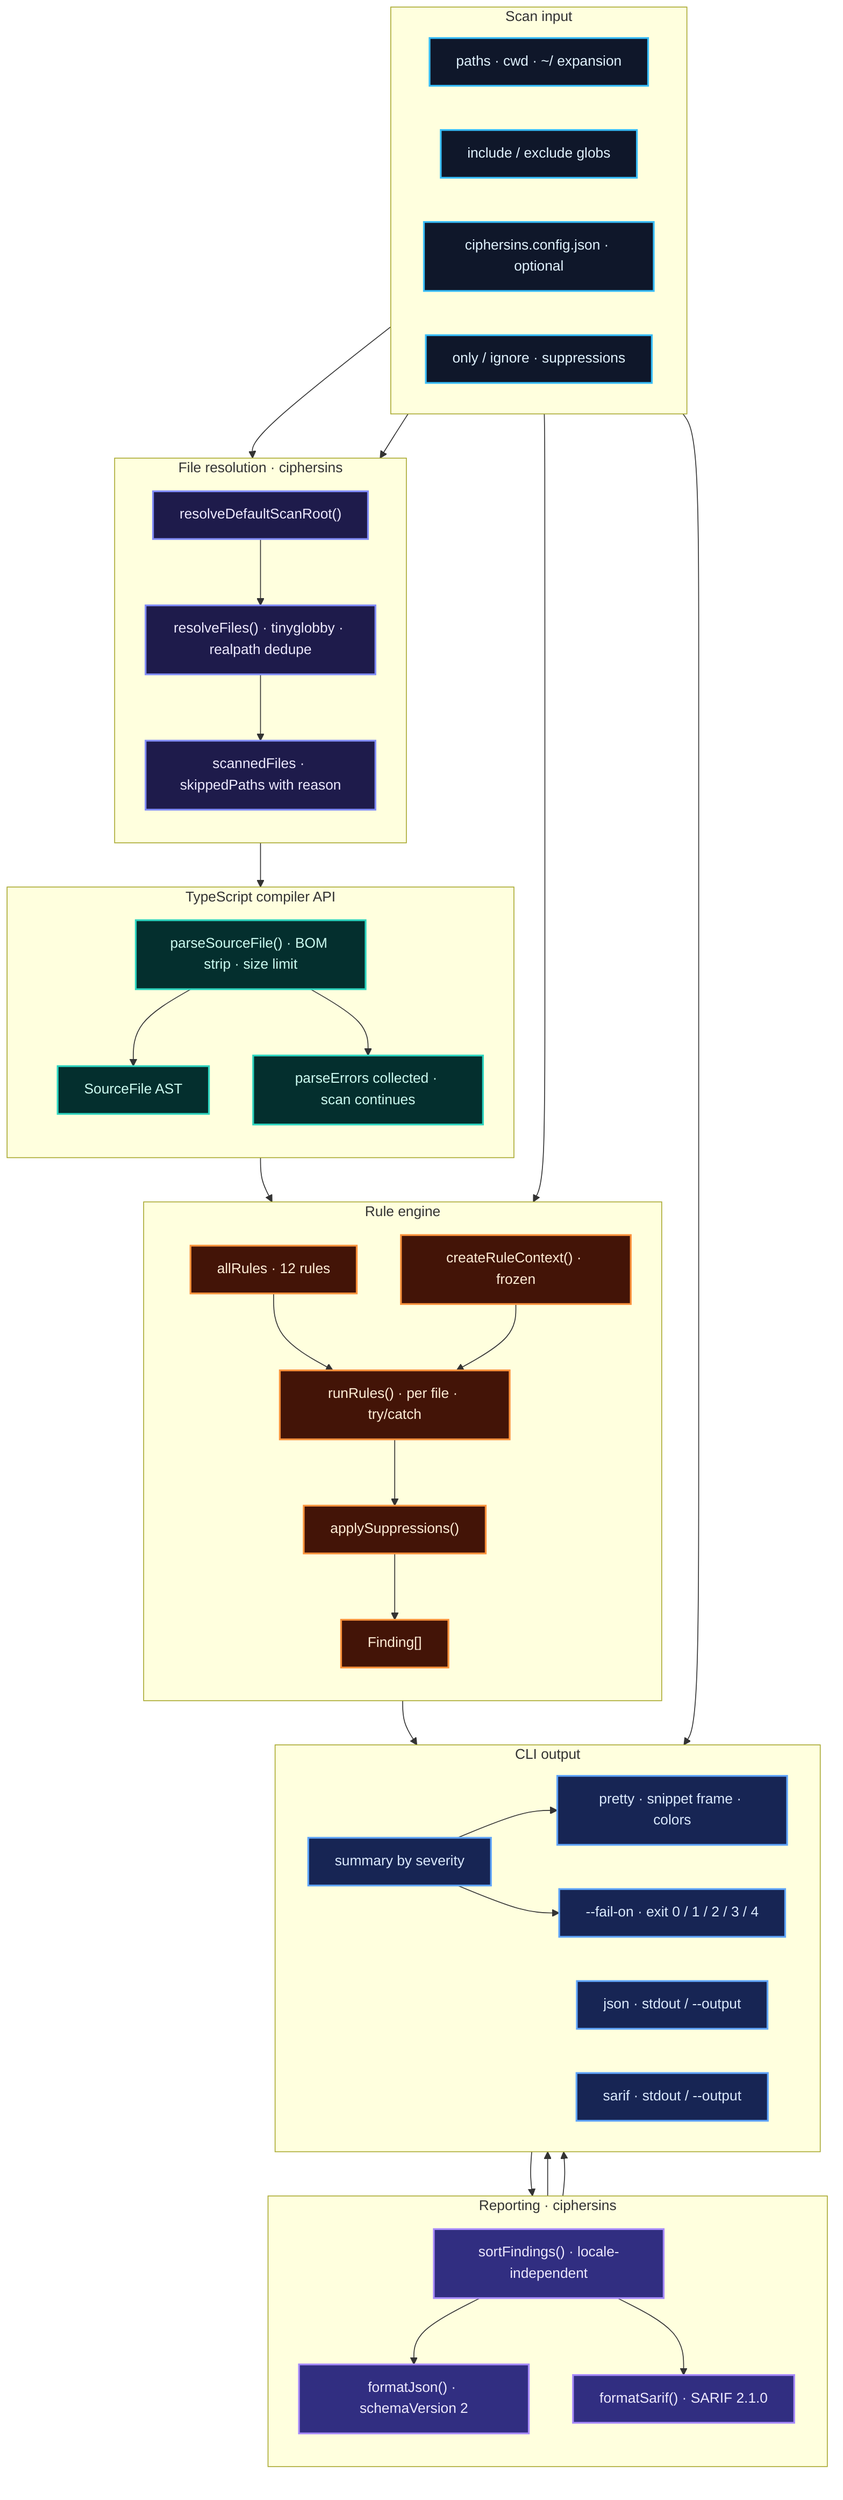
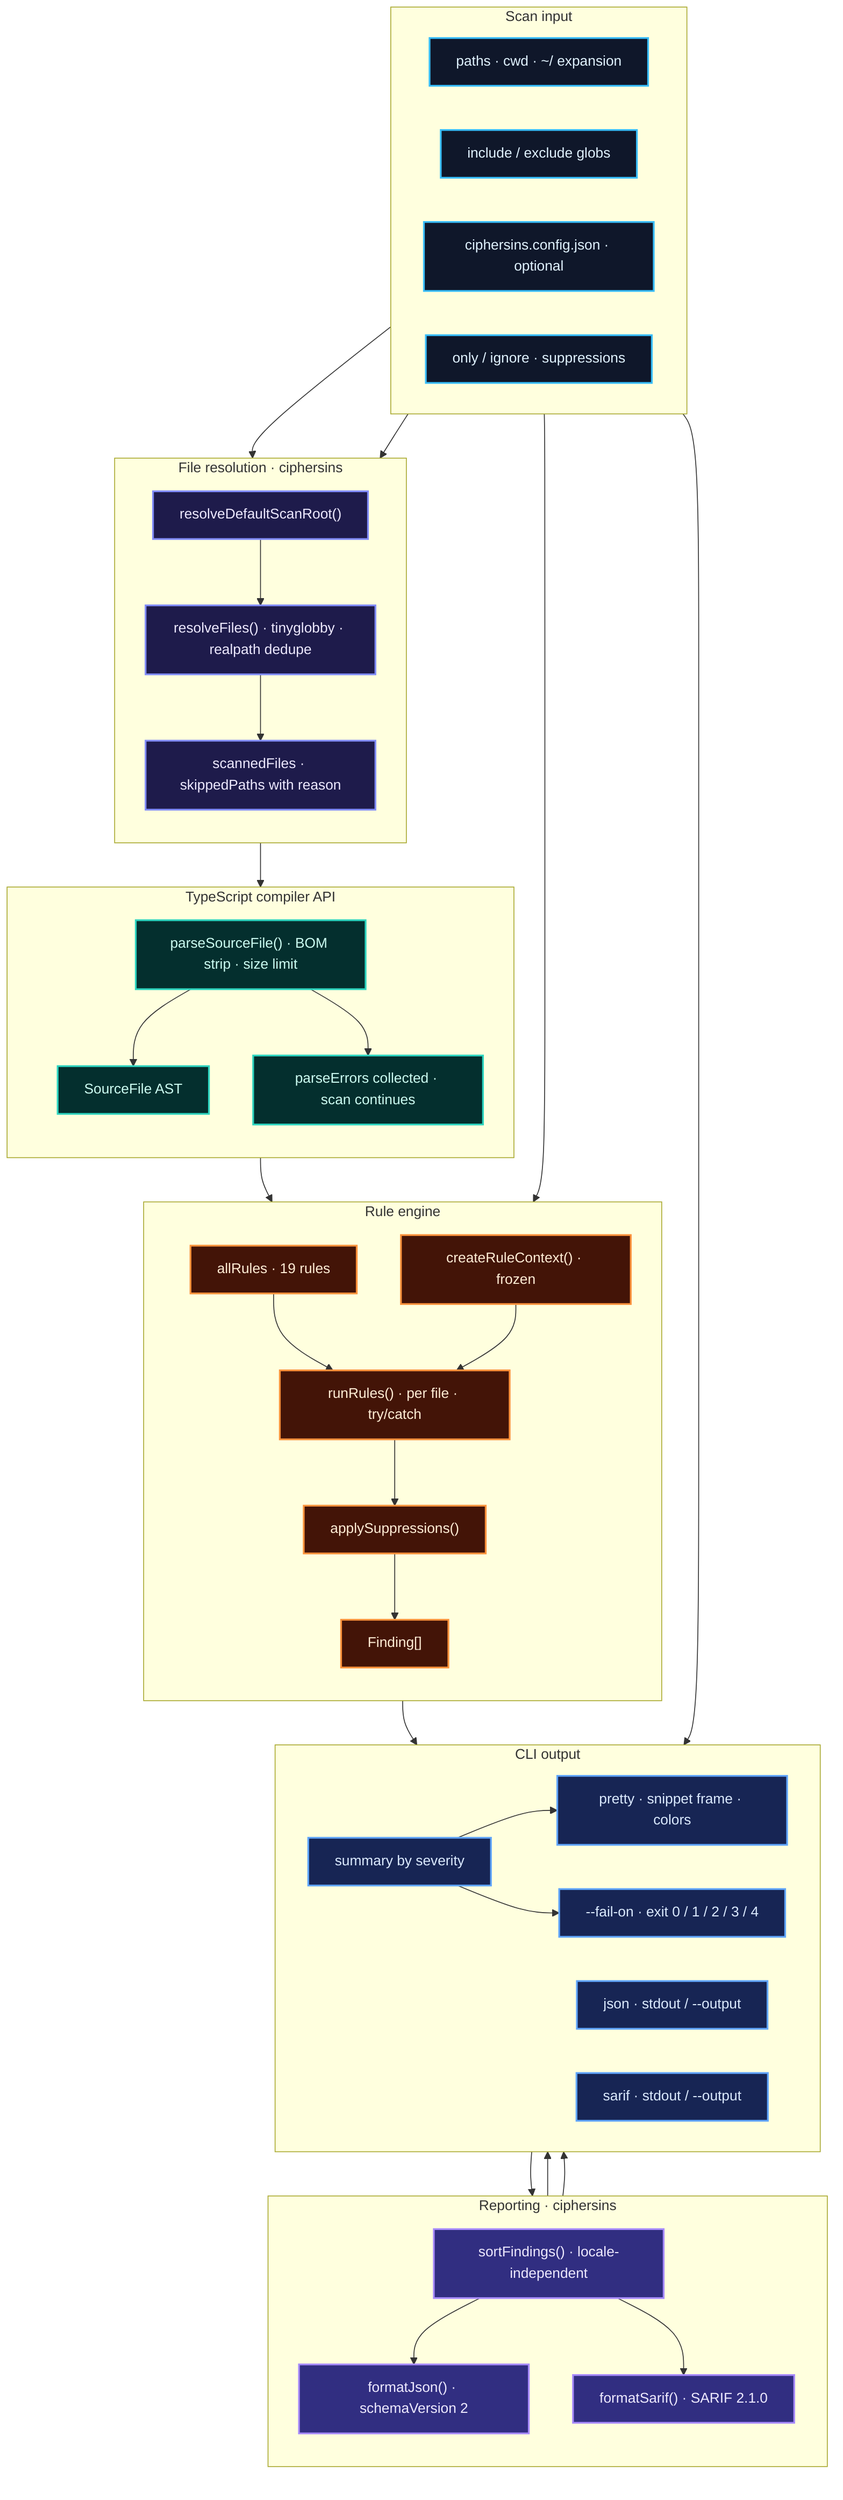
flowchart TB
	subgraph INPUT["Scan input"]
		direction LR
		PATHS["paths · cwd · ~/ expansion"]
		GLOBS["include / exclude globs"]
		CONFIG["ciphersins.config.json · optional"]
		FILTERS["only / ignore · suppressions"]
	end

	subgraph RESOLVE["File resolution · ciphersins"]
		direction TB
		ROOT["resolveDefaultScanRoot()"]
		RF["resolveFiles() · tinyglobby · realpath dedupe"]
		META["scannedFiles · skippedPaths with reason"]
		ROOT --> RF --> META
	end

	subgraph PARSE["TypeScript compiler API"]
		direction TB
		PSF["parseSourceFile() · BOM strip · size limit"]
		SF["SourceFile AST"]
		ERR["parseErrors collected · scan continues"]
		PSF --> SF
		PSF --> ERR
	end

	subgraph RULES["Rule engine"]
		direction TB
- 		REG["allRules · 12 rules"]
+ 		REG["allRules · 19 rules"]
		CTX["createRuleContext() · frozen"]
		RUN["runRules() · per file · try/catch"]
		SUP["applySuppressions()"]
		REG --> RUN
		CTX --> RUN
		RUN --> SUP
		SUP --> FINDINGS["Finding[]"]
	end

	subgraph REPORT["Reporting · ciphersins"]
		direction TB
		SORT["sortFindings() · locale-independent"]
		JSON["formatJson() · schemaVersion 2"]
		SARIF["formatSarif() · SARIF 2.1.0"]
		SORT --> JSON
		SORT --> SARIF
	end

	subgraph OUTPUT["CLI output"]
		direction LR
		SUM["summary by severity"]
		PRETTY["pretty · snippet frame · colors"]
		JOUT["json · stdout / --output"]
		SOUT["sarif · stdout / --output"]
		FAIL["--fail-on · exit 0 / 1 / 2 / 3 / 4"]
	end

	PATHS --> ROOT
	GLOBS --> RF
	CONFIG --> FAIL
	FILTERS --> RUN
	META --> PSF
	SF --> CTX
	FINDINGS --> SUM
	SUM --> SORT
	JSON --> JOUT
	SARIF --> SOUT
	SUM --> PRETTY
	SUM --> FAIL

	classDef input fill:#0f172a,stroke:#38bdf8,stroke-width:2px,color:#e0f2fe
	classDef resolve fill:#1e1b4b,stroke:#818cf8,stroke-width:2px,color:#ede9fe
	classDef parse fill:#042f2e,stroke:#2dd4bf,stroke-width:2px,color:#ccfbf1
	classDef rules fill:#431407,stroke:#fb923c,stroke-width:2px,color:#ffedd5
	classDef report fill:#312e81,stroke:#a78bfa,stroke-width:2px,color:#ede9fe
	classDef output fill:#172554,stroke:#60a5fa,stroke-width:2px,color:#dbeafe

	class PATHS,GLOBS,CONFIG,FILTERS input
	class ROOT,RF,META resolve
	class PSF,SF,ERR parse
	class REG,CTX,RUN,SUP,FINDINGS rules
	class SORT,JSON,SARIF report
	class SUM,PRETTY,JOUT,SOUT,FAIL output
